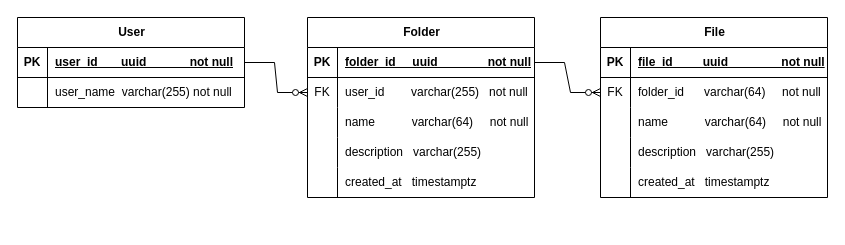
Earlier version of the draw.io diagram docs/erd.drawio (EyesHuang/vfs). Source tidied: cells renumbered, new cells numbered last; positions are measured from the earlier drawing's top-left corner, leaving out a move shared by most shapes. Both pictures are drawn from the tidied source at 100%, with x=0, y=0 at pixel (17, 17).
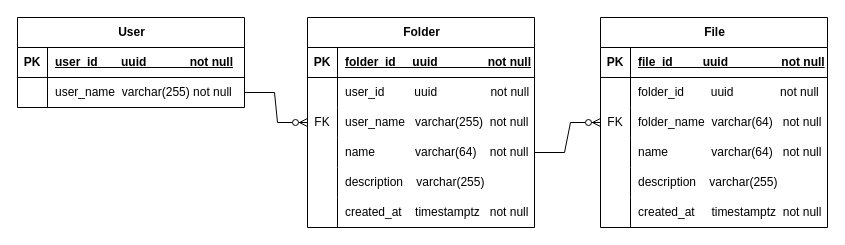
After the change.

Unchanged cells that the change refers to:
```xml
<mxCell id="3" style="shape=tableRow;horizontal=0;startSize=0;swimlaneHead=0;swimlaneBody=0;fillColor=none;points=[[0,0.5],[1,0.5]];portConstraint=eastwest;top=0;left=0;right=0;bottom=1;" parent="2" vertex="1">
  <mxGeometry y="30" width="227" height="30" as="geometry" />
</mxCell>
<mxCell id="6" style="shape=tableRow;horizontal=0;startSize=0;swimlaneHead=0;swimlaneBody=0;fillColor=none;points=[[0,0.5],[1,0.5]];portConstraint=eastwest;top=0;left=0;right=0;bottom=0;" parent="2" vertex="1">
  <mxGeometry y="60" width="227" height="30" as="geometry" />
</mxCell>
<mxCell id="10" style="shape=tableRow;horizontal=0;startSize=0;swimlaneHead=0;swimlaneBody=0;fillColor=none;points=[[0,0.5],[1,0.5]];portConstraint=eastwest;top=0;left=0;right=0;bottom=1;" parent="9" vertex="1">
  <mxGeometry y="30" width="227" height="30" as="geometry" />
</mxCell>
<mxCell id="13" style="shape=tableRow;horizontal=0;startSize=0;swimlaneHead=0;swimlaneBody=0;fillColor=none;points=[[0,0.5],[1,0.5]];portConstraint=eastwest;top=0;left=0;right=0;bottom=0;" parent="9" vertex="1">
  <mxGeometry y="60" width="227" height="30" as="geometry" />
</mxCell>
<mxCell id="29" style="shape=tableRow;horizontal=0;startSize=0;swimlaneHead=0;swimlaneBody=0;fillColor=none;points=[[0,0.5],[1,0.5]];portConstraint=eastwest;top=0;left=0;right=0;bottom=0;" parent="25" vertex="1">
  <mxGeometry y="60" width="227" height="30" as="geometry" />
</mxCell>
```

The edit, as a diff of the source:
```diff
@@
     <mxCell id="9" value="Folder" style="shape=table;startSize=30;childLayout=tableLayout;rowLines=0;fontStyle=1;align=center;html=1;" parent="1" vertex="1">
-      <mxGeometry x="290" width="227" height="180" as="geometry" />
+      <mxGeometry x="290" width="227" height="210" as="geometry" />
     </mxCell>
@@
-    <mxCell id="14" value="FK" style="shape=partialRectangle;fillColor=none;top=0;left=0;bottom=0;right=0;overflow=hidden;whiteSpace=wrap;html=1;" parent="13" vertex="1">
+    <mxCell id="14" style="shape=partialRectangle;fillColor=none;top=0;left=0;bottom=0;right=0;overflow=hidden;whiteSpace=wrap;html=1;" parent="13" vertex="1">
       <mxGeometry width="30" height="30" as="geometry" />
     </mxCell>
-    <mxCell id="15" value="user_id&amp;nbsp; &amp;nbsp; &amp;nbsp; &amp;nbsp; varchar(255)&amp;nbsp; &amp;nbsp;not null" style="shape=partialRectangle;fillColor=none;top=0;left=0;bottom=0;right=0;align=left;spacingLeft=6;overflow=hidden;whiteSpace=wrap;html=1;" parent="13" vertex="1">
+    <mxCell id="15" value="user_id&amp;nbsp; &amp;nbsp; &amp;nbsp; &amp;nbsp; &amp;nbsp;uuid&amp;nbsp; &amp;nbsp; &amp;nbsp; &amp;nbsp; &amp;nbsp; &amp;nbsp; &amp;nbsp; &amp;nbsp; not null" style="shape=partialRectangle;fillColor=none;top=0;left=0;bottom=0;right=0;align=left;spacingLeft=6;overflow=hidden;whiteSpace=wrap;html=1;" parent="13" vertex="1">
       <mxGeometry x="30" width="197" height="30" as="geometry" />
     </mxCell>
+    <mxCell id="43" style="shape=tableRow;horizontal=0;startSize=0;swimlaneHead=0;swimlaneBody=0;fillColor=none;points=[[0,0.5],[1,0.5]];portConstraint=eastwest;top=0;left=0;right=0;bottom=0;" parent="9" vertex="1">
+      <mxGeometry y="90" width="227" height="30" as="geometry" />
+    </mxCell>
+    <mxCell id="44" value="FK" style="shape=partialRectangle;fillColor=none;top=0;left=0;bottom=0;right=0;overflow=hidden;whiteSpace=wrap;html=1;" parent="43" vertex="1">
+      <mxGeometry width="30" height="30" as="geometry" />
+    </mxCell>
+    <mxCell id="45" value="user_name&amp;nbsp; &amp;nbsp;varchar(255)&amp;nbsp; not null" style="shape=partialRectangle;fillColor=none;top=0;left=0;bottom=0;right=0;align=left;spacingLeft=6;overflow=hidden;whiteSpace=wrap;html=1;" parent="43" vertex="1">
+      <mxGeometry x="30" width="197" height="30" as="geometry" />
+    </mxCell>
     <mxCell id="16" style="shape=tableRow;horizontal=0;startSize=0;swimlaneHead=0;swimlaneBody=0;fillColor=none;points=[[0,0.5],[1,0.5]];portConstraint=eastwest;top=0;left=0;right=0;bottom=0;" parent="9" vertex="1">
-      <mxGeometry y="90" width="227" height="30" as="geometry" />
+      <mxGeometry y="120" width="227" height="30" as="geometry" />
     </mxCell>
@@
-    <mxCell id="18" value="name&amp;nbsp; &amp;nbsp; &amp;nbsp; &amp;nbsp; &amp;nbsp; &amp;nbsp;varchar(64)&amp;nbsp; &amp;nbsp; &amp;nbsp;not null" style="shape=partialRectangle;fillColor=none;top=0;left=0;bottom=0;right=0;align=left;spacingLeft=6;overflow=hidden;whiteSpace=wrap;html=1;" parent="16" vertex="1">
+    <mxCell id="18" value="name&amp;nbsp; &amp;nbsp; &amp;nbsp; &amp;nbsp; &amp;nbsp; &amp;nbsp; varchar(64)&amp;nbsp; &amp;nbsp; not null" style="shape=partialRectangle;fillColor=none;top=0;left=0;bottom=0;right=0;align=left;spacingLeft=6;overflow=hidden;whiteSpace=wrap;html=1;" parent="16" vertex="1">
       <mxGeometry x="30" width="197" height="30" as="geometry" />
     </mxCell>
     <mxCell id="19" style="shape=tableRow;horizontal=0;startSize=0;swimlaneHead=0;swimlaneBody=0;fillColor=none;top=0;left=0;right=0;bottom=0;" parent="9" vertex="1">
-      <mxGeometry y="120" width="227" height="30" as="geometry" />
+      <mxGeometry y="150" width="227" height="30" as="geometry" />
     </mxCell>
@@
-    <mxCell id="21" value="description&amp;nbsp; &amp;nbsp;varchar(255)" style="shape=partialRectangle;fillColor=none;top=0;left=0;bottom=0;right=0;align=left;spacingLeft=6;overflow=hidden;whiteSpace=wrap;html=1;" parent="19" vertex="1">
+    <mxCell id="21" value="description&amp;nbsp; &amp;nbsp; varchar(255)" style="shape=partialRectangle;fillColor=none;top=0;left=0;bottom=0;right=0;align=left;spacingLeft=6;overflow=hidden;whiteSpace=wrap;html=1;" parent="19" vertex="1">
       <mxGeometry x="30" width="197" height="30" as="geometry" />
     </mxCell>
     <mxCell id="22" style="shape=tableRow;horizontal=0;startSize=0;swimlaneHead=0;swimlaneBody=0;fillColor=none;top=0;left=0;right=0;bottom=0;" parent="9" vertex="1">
-      <mxGeometry y="150" width="227" height="30" as="geometry" />
+      <mxGeometry y="180" width="227" height="30" as="geometry" />
     </mxCell>
@@
-    <mxCell id="24" value="created_at&amp;nbsp; &amp;nbsp;timestamptz" style="shape=partialRectangle;fillColor=none;top=0;left=0;bottom=0;right=0;align=left;spacingLeft=6;overflow=hidden;whiteSpace=wrap;html=1;" parent="22" vertex="1">
+    <mxCell id="24" value="created_at&amp;nbsp; &amp;nbsp; timestamptz&amp;nbsp; &amp;nbsp;not null" style="shape=partialRectangle;fillColor=none;top=0;left=0;bottom=0;right=0;align=left;spacingLeft=6;overflow=hidden;whiteSpace=wrap;html=1;" parent="22" vertex="1">
       <mxGeometry x="30" width="197" height="30" as="geometry" />
     </mxCell>
     <mxCell id="25" value="File" style="shape=table;startSize=30;childLayout=tableLayout;rowLines=0;fontStyle=1;align=center;html=1;" parent="1" vertex="1">
-      <mxGeometry x="583" width="227" height="180" as="geometry" />
+      <mxGeometry x="583" width="227" height="210" as="geometry" />
     </mxCell>
@@
-    <mxCell id="30" value="FK" style="shape=partialRectangle;fillColor=none;top=0;left=0;bottom=0;right=0;overflow=hidden;whiteSpace=wrap;html=1;" parent="29" vertex="1">
+    <mxCell id="30" style="shape=partialRectangle;fillColor=none;top=0;left=0;bottom=0;right=0;overflow=hidden;whiteSpace=wrap;html=1;" parent="29" vertex="1">
       <mxGeometry width="30" height="30" as="geometry" />
     </mxCell>
-    <mxCell id="31" value="folder_id&amp;nbsp; &amp;nbsp; &amp;nbsp; varchar(64)&amp;nbsp; &amp;nbsp; &amp;nbsp;not null" style="shape=partialRectangle;fillColor=none;top=0;left=0;bottom=0;right=0;align=left;spacingLeft=6;overflow=hidden;whiteSpace=wrap;html=1;" parent="29" vertex="1">
+    <mxCell id="31" value="folder_id&amp;nbsp; &amp;nbsp; &amp;nbsp; &amp;nbsp; uuid&amp;nbsp; &amp;nbsp; &amp;nbsp; &amp;nbsp; &amp;nbsp; &amp;nbsp; &amp;nbsp; not null" style="shape=partialRectangle;fillColor=none;top=0;left=0;bottom=0;right=0;align=left;spacingLeft=6;overflow=hidden;whiteSpace=wrap;html=1;" parent="29" vertex="1">
       <mxGeometry x="30" width="197" height="30" as="geometry" />
     </mxCell>
+    <mxCell id="46" style="shape=tableRow;horizontal=0;startSize=0;swimlaneHead=0;swimlaneBody=0;fillColor=none;points=[[0,0.5],[1,0.5]];portConstraint=eastwest;top=0;left=0;right=0;bottom=0;" parent="25" vertex="1">
+      <mxGeometry y="90" width="227" height="30" as="geometry" />
+    </mxCell>
+    <mxCell id="47" value="FK" style="shape=partialRectangle;fillColor=none;top=0;left=0;bottom=0;right=0;overflow=hidden;whiteSpace=wrap;html=1;" parent="46" vertex="1">
+      <mxGeometry width="30" height="30" as="geometry" />
+    </mxCell>
+    <mxCell id="48" value="folder_name&amp;nbsp; varchar(64)&amp;nbsp; &amp;nbsp;not null" style="shape=partialRectangle;fillColor=none;top=0;left=0;bottom=0;right=0;align=left;spacingLeft=6;overflow=hidden;whiteSpace=wrap;html=1;" parent="46" vertex="1">
+      <mxGeometry x="30" width="197" height="30" as="geometry" />
+    </mxCell>
     <mxCell id="32" style="shape=tableRow;horizontal=0;startSize=0;swimlaneHead=0;swimlaneBody=0;fillColor=none;top=0;left=0;right=0;bottom=0;" parent="25" vertex="1">
-      <mxGeometry y="90" width="227" height="30" as="geometry" />
+      <mxGeometry y="120" width="227" height="30" as="geometry" />
     </mxCell>
@@
-    <mxCell id="34" value="name&amp;nbsp; &amp;nbsp; &amp;nbsp; &amp;nbsp; &amp;nbsp; &amp;nbsp;varchar(64)&amp;nbsp; &amp;nbsp; &amp;nbsp;not null" style="shape=partialRectangle;fillColor=none;top=0;left=0;bottom=0;right=0;align=left;spacingLeft=6;overflow=hidden;whiteSpace=wrap;html=1;" parent="32" vertex="1">
+    <mxCell id="34" value="name&amp;nbsp; &amp;nbsp; &amp;nbsp; &amp;nbsp; &amp;nbsp; &amp;nbsp; &amp;nbsp;varchar(64)&amp;nbsp; &amp;nbsp;not null" style="shape=partialRectangle;fillColor=none;top=0;left=0;bottom=0;right=0;align=left;spacingLeft=6;overflow=hidden;whiteSpace=wrap;html=1;" parent="32" vertex="1">
       <mxGeometry x="30" width="197" height="30" as="geometry" />
     </mxCell>
     <mxCell id="35" style="shape=tableRow;horizontal=0;startSize=0;swimlaneHead=0;swimlaneBody=0;fillColor=none;top=0;left=0;right=0;bottom=0;" parent="25" vertex="1">
-      <mxGeometry y="120" width="227" height="30" as="geometry" />
+      <mxGeometry y="150" width="227" height="30" as="geometry" />
     </mxCell>
@@
-    <mxCell id="37" value="description&amp;nbsp; &amp;nbsp;varchar(255)" style="shape=partialRectangle;fillColor=none;top=0;left=0;bottom=0;right=0;align=left;spacingLeft=6;overflow=hidden;whiteSpace=wrap;html=1;" parent="35" vertex="1">
+    <mxCell id="37" value="description&amp;nbsp; &amp;nbsp; varchar(255)" style="shape=partialRectangle;fillColor=none;top=0;left=0;bottom=0;right=0;align=left;spacingLeft=6;overflow=hidden;whiteSpace=wrap;html=1;" parent="35" vertex="1">
       <mxGeometry x="30" width="197" height="30" as="geometry" />
     </mxCell>
     <mxCell id="38" style="shape=tableRow;horizontal=0;startSize=0;swimlaneHead=0;swimlaneBody=0;fillColor=none;top=0;left=0;right=0;bottom=0;" parent="25" vertex="1">
-      <mxGeometry y="150" width="227" height="30" as="geometry" />
+      <mxGeometry y="180" width="227" height="30" as="geometry" />
     </mxCell>
@@
-    <mxCell id="40" value="created_at&amp;nbsp; &amp;nbsp;timestamptz" style="shape=partialRectangle;fillColor=none;top=0;left=0;bottom=0;right=0;align=left;spacingLeft=6;overflow=hidden;whiteSpace=wrap;html=1;" parent="38" vertex="1">
+    <mxCell id="40" value="created_at&amp;nbsp; &amp;nbsp; &amp;nbsp;timestamptz&amp;nbsp; not null" style="shape=partialRectangle;fillColor=none;top=0;left=0;bottom=0;right=0;align=left;spacingLeft=6;overflow=hidden;whiteSpace=wrap;html=1;" parent="38" vertex="1">
       <mxGeometry x="30" width="197" height="30" as="geometry" />
     </mxCell>
-    <mxCell id="41" style="edgeStyle=entityRelationEdgeStyle;fontSize=12;html=1;endArrow=ERzeroToMany;endFill=1;rounded=0;exitX=1;exitY=0.5;exitDx=0;exitDy=0;entryX=0;entryY=0.5;entryDx=0;entryDy=0;" parent="1" edge="1" source="3" target="13">
+    <mxCell id="41" style="edgeStyle=entityRelationEdgeStyle;fontSize=12;html=1;endArrow=ERzeroToMany;endFill=1;rounded=0;entryX=0;entryY=0.5;entryDx=0;entryDy=0;" parent="1" edge="1" source="6" target="43">
       <mxGeometry relative="1" as="geometry" />
     </mxCell>
-    <mxCell id="42" style="edgeStyle=entityRelationEdgeStyle;fontSize=12;html=1;endArrow=ERzeroToMany;endFill=1;rounded=0;exitX=1;exitY=0.5;exitDx=0;exitDy=0;entryX=0;entryY=0.5;entryDx=0;entryDy=0;" parent="1" edge="1" source="10" target="29">
+    <mxCell id="42" style="edgeStyle=entityRelationEdgeStyle;fontSize=12;html=1;endArrow=ERzeroToMany;endFill=1;rounded=0;entryX=0;entryY=0.5;entryDx=0;entryDy=0;" parent="1" edge="1" source="16" target="46">
       <mxGeometry relative="1" as="geometry">
         <Array as="points">
           <mxPoint x="550" y="190" />
           <mxPoint x="370" y="170" />
           <mxPoint x="320" y="250" />
           <mxPoint x="580" y="210" />
         </Array>
       </mxGeometry>
     </mxCell>
```
